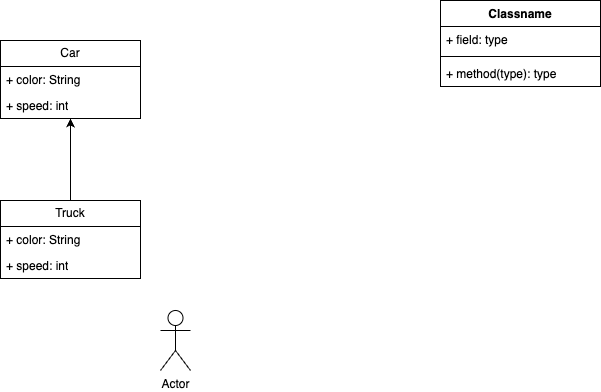
Above: src/main/java/org/example/day12/Car.drawio.png in jinfive/new-java (draw.io), before the change. Source tidied: cells renumbered, new cells last; positions are measured from the earlier drawing's top-left corner, leaving out a move shared by most shapes.
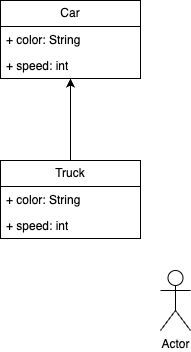
Later version of the same file.

What changed in the source:
```diff
@@ -28,18 +28,6 @@
     <mxCell id="8" value="+ speed: int" style="text;strokeColor=none;fillColor=none;align=left;verticalAlign=top;spacingLeft=4;spacingRight=4;overflow=hidden;whiteSpace=wrap;html=1;" parent="6" vertex="1">
       <mxGeometry y="52" width="140" height="26" as="geometry" />
     </mxCell>
-    <mxCell id="9" value="Classname" style="swimlane;fontStyle=1;align=center;verticalAlign=top;horizontal=1;startSize=26;whiteSpace=wrap;html=1;" parent="1" vertex="1">
-      <mxGeometry x="440" width="160" height="86" as="geometry" />
-    </mxCell>
-    <mxCell id="10" value="+ field: type" style="text;strokeColor=none;fillColor=none;align=left;verticalAlign=top;spacingLeft=4;spacingRight=4;overflow=hidden;whiteSpace=wrap;html=1;" parent="9" vertex="1">
-      <mxGeometry y="26" width="160" height="26" as="geometry" />
-    </mxCell>
-    <mxCell id="11" style="line;strokeWidth=1;fillColor=none;align=left;verticalAlign=middle;spacingTop=-1;spacingLeft=3;spacingRight=3;labelPosition=right;strokeColor=inherit;" parent="9" vertex="1">
-      <mxGeometry y="52" width="160" height="8" as="geometry" />
-    </mxCell>
-    <mxCell id="12" value="+ method(type): type" style="text;strokeColor=none;fillColor=none;align=left;verticalAlign=top;spacingLeft=4;spacingRight=4;overflow=hidden;whiteSpace=wrap;html=1;" parent="9" vertex="1">
-      <mxGeometry y="60" width="160" height="26" as="geometry" />
-    </mxCell>
     <mxCell id="13" value="Actor" style="shape=umlActor;verticalLabelPosition=bottom;verticalAlign=top;html=1;" parent="1" vertex="1">
       <mxGeometry x="160" y="310" width="30" height="60" as="geometry" />
     </mxCell>
```
